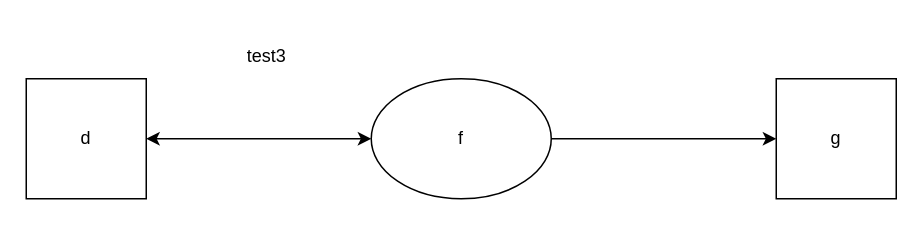
The draw.io diagram example/docs/assets/test.drawio in tuunit/mkdocs-drawio, before the edit. Source tidied: cells renumbered, new cells numbered last; positions are measured from the earlier drawing's top-left corner, leaving out a move shared by most shapes. Both pictures are drawn from the tidied source at 150%, with x=0, y=0 at pixel (26, 33).
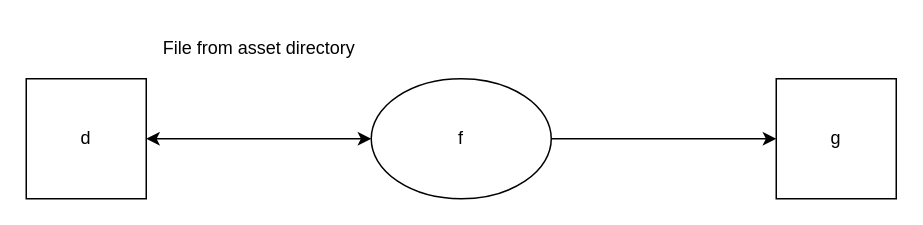
After the change.

Commit message (it also covers changes not shown here):
ignore pythoncache

Change to the diagram source:
```diff
@@
 <mxGraphModel>
   <root>
     <mxCell id="0" />
     <mxCell id="1" parent="0" />
     <mxCell id="2" value="d" style="whiteSpace=wrap;html=1;" parent="1" vertex="1">
       <mxGeometry y="30" width="80" height="80" as="geometry" />
     </mxCell>
     <mxCell id="3" style="endArrow=classic;startArrow=classic;html=1;exitX=1;exitY=0.5;exitDx=0;exitDy=0;entryX=0;entryY=0.5;entryDx=0;entryDy=0;" parent="1" edge="1" source="2" target="5">
       <mxGeometry relative="1" as="geometry" />
     </mxCell>
     <mxCell id="4" style="edgeStyle=none;html=1;exitX=1;exitY=0.5;exitDx=0;exitDy=0;entryX=0;entryY=0.5;entryDx=0;entryDy=0;" parent="1" edge="1" source="5" target="7">
       <mxGeometry relative="1" as="geometry" />
     </mxCell>
     <mxCell id="5" value="f" style="ellipse;whiteSpace=wrap;html=1;" parent="1" vertex="1">
       <mxGeometry x="230" y="30" width="120" height="80" as="geometry" />
     </mxCell>
-    <mxCell id="6" value="test3" style="text;html=1;align=center;verticalAlign=middle;strokeColor=none;fillColor=none;" parent="1" vertex="1">
-      <mxGeometry x="135" width="50" height="30" as="geometry" />
-    </mxCell>
     <mxCell id="7" value="g" style="whiteSpace=wrap;html=1;" parent="1" vertex="1">
       <mxGeometry x="500" y="30" width="80" height="80" as="geometry" />
     </mxCell>
+    <mxCell id="8" value="File from asset directory" style="text;html=1;align=center;verticalAlign=middle;strokeColor=none;fillColor=none;" parent="1" vertex="1">
+      <mxGeometry x="80" y="-5" width="150" height="30" as="geometry" />
+    </mxCell>
   </root>
 </mxGraphModel>
```
